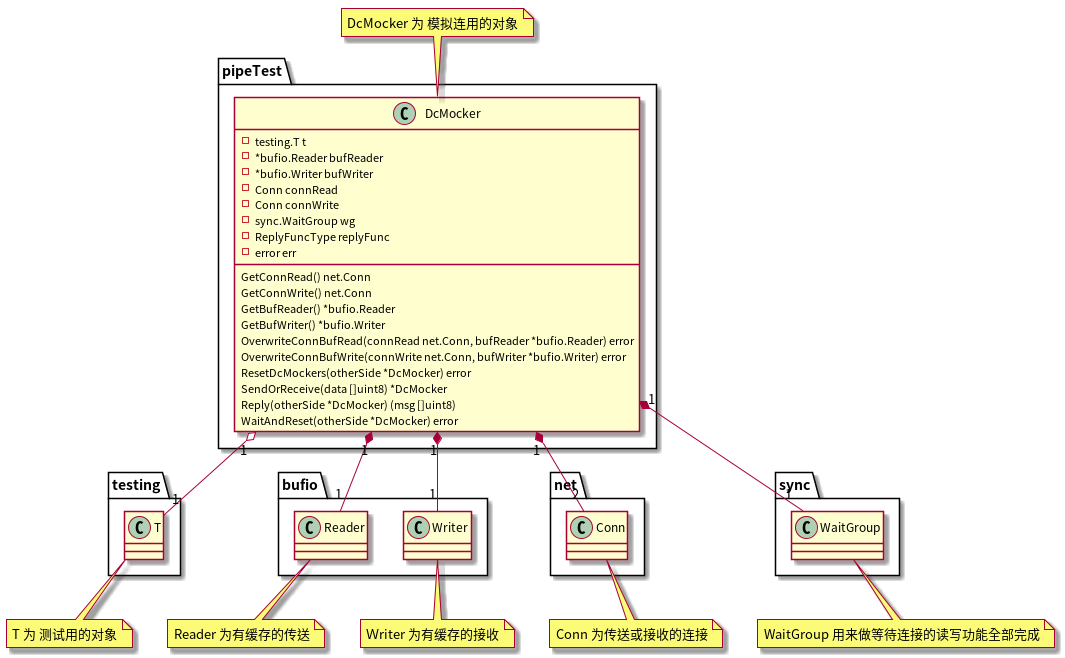
panhongrainbow/Gaea keeps this PlantUML diagram as util/mocks/pipeTest/assets/pipeTest 的类图.png. Above is the earlier version.
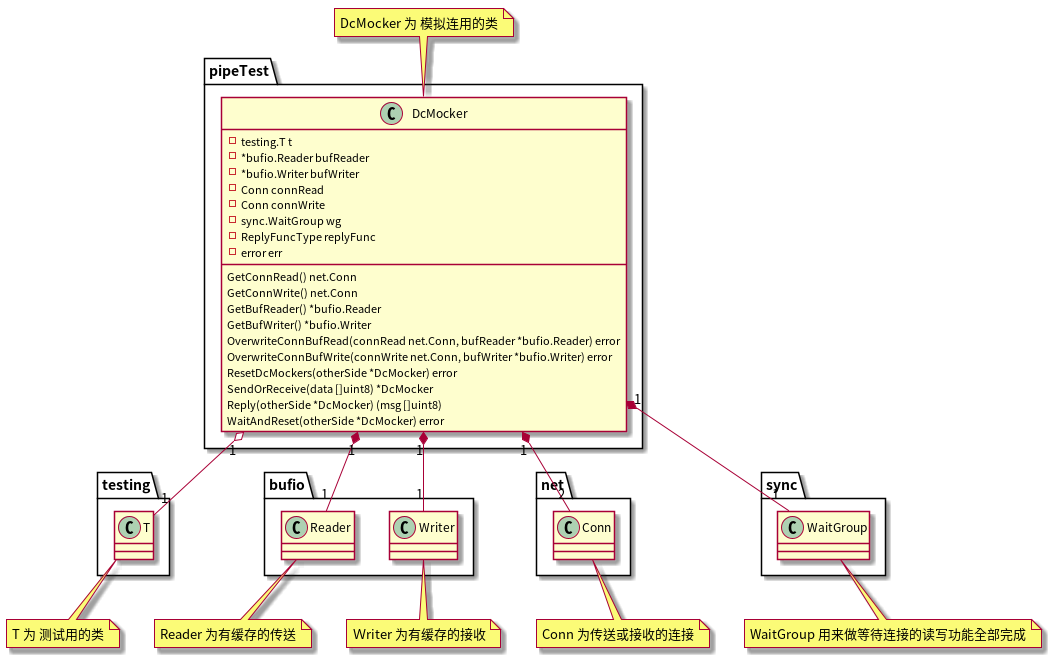
After the commit.

The edit, as a diff of the source:
```diff
@@ -34,11 +34,11 @@
 pipeTest.DcMocker "1" *-- "1" sync.WaitGroup
 
 note top of pipeTest.DcMocker
-    DcMocker 为 模拟连用的对象
+    DcMocker 为 模拟连用的类
 end note
 
 note bottom of testing.T
-    T 为 测试用的对象
+    T 为 测试用的类
 end note
 
 note bottom of bufio.Reader
```
